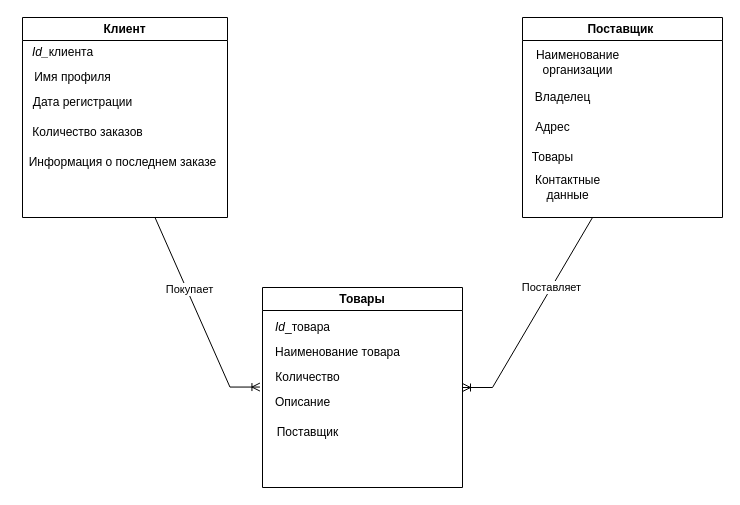
Above: Диаграмма без названия.drawio in Weintag/Database (draw.io), before the change. Source tidied: cells renumbered, new cells numbered last; positions are measured from the earlier drawing's top-left corner, leaving out a move shared by most shapes. Both pictures are drawn from the tidied source at 100%, with x=0, y=0 at pixel (17, 17).
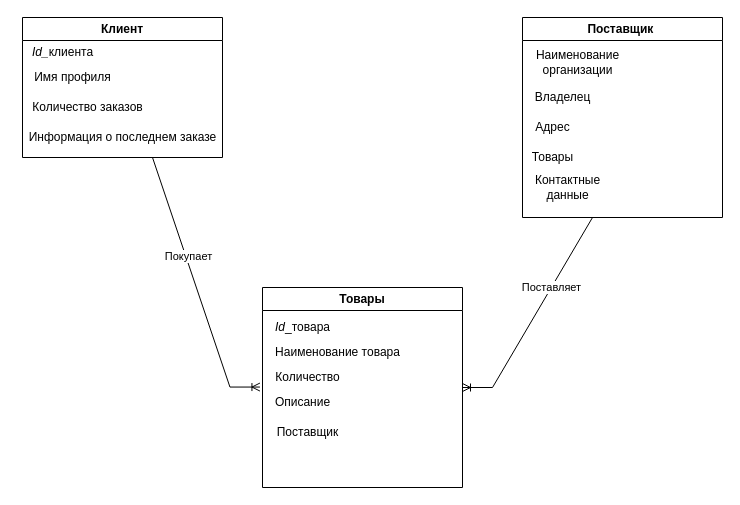
After the change.

Diff of the diagram source:
```diff
@@
     <mxCell id="3" value="Клиент" style="swimlane;whiteSpace=wrap;html=1;" parent="1" vertex="1">
-      <mxGeometry x="5" width="205" height="200" as="geometry" />
+      <mxGeometry x="5" width="200" height="140" as="geometry" />
     </mxCell>
@@
-    <mxCell id="6" value="Дата регистрации" style="text;html=1;align=center;verticalAlign=middle;strokeColor=none;fillColor=none;" parent="3" vertex="1">
-      <mxGeometry y="70" width="120" height="30" as="geometry" />
-    </mxCell>
     <mxCell id="7" value="Количество заказов" style="text;html=1;align=center;verticalAlign=middle;strokeColor=none;fillColor=none;" parent="3" vertex="1">
-      <mxGeometry y="100" width="130" height="30" as="geometry" />
+      <mxGeometry y="75" width="130" height="30" as="geometry" />
     </mxCell>
     <mxCell id="8" value="Информация о последнем заказе" style="text;html=1;align=center;verticalAlign=middle;strokeColor=none;fillColor=none;" parent="3" vertex="1">
-      <mxGeometry x="-5" y="130" width="210" height="30" as="geometry" />
+      <mxGeometry x="-5" y="105" width="210" height="30" as="geometry" />
     </mxCell>
```
